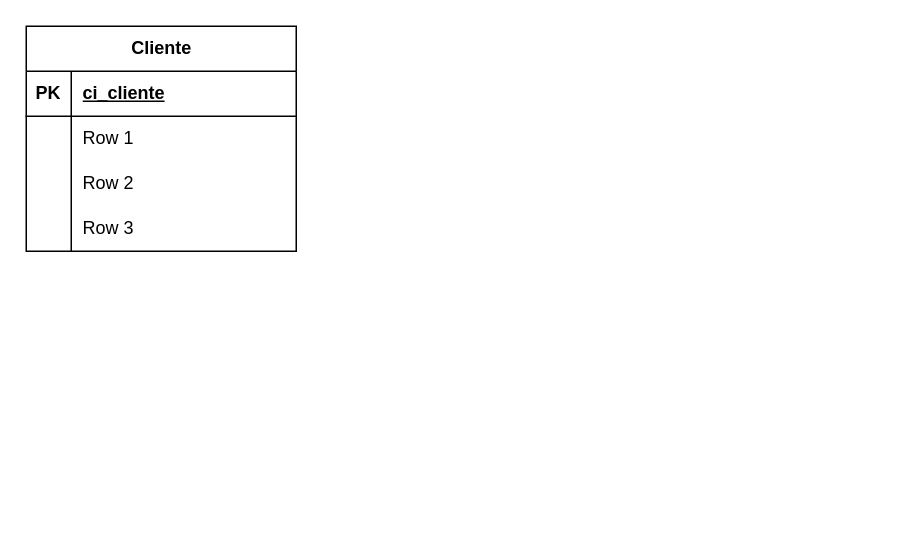
This is page "Página-1" (1 of 2) of automatizacion - ecommerce.drawio from AlbanyNVRodriguez/draw---diagrams, a draw.io file, before an edit. Source tidied: cells renumbered, new cells numbered last; positions are measured from the earlier drawing's top-left corner, leaving out a move shared by most shapes. Both pictures are drawn from the tidied source at 150%, with x=0, y=0 at pixel (26, 26).
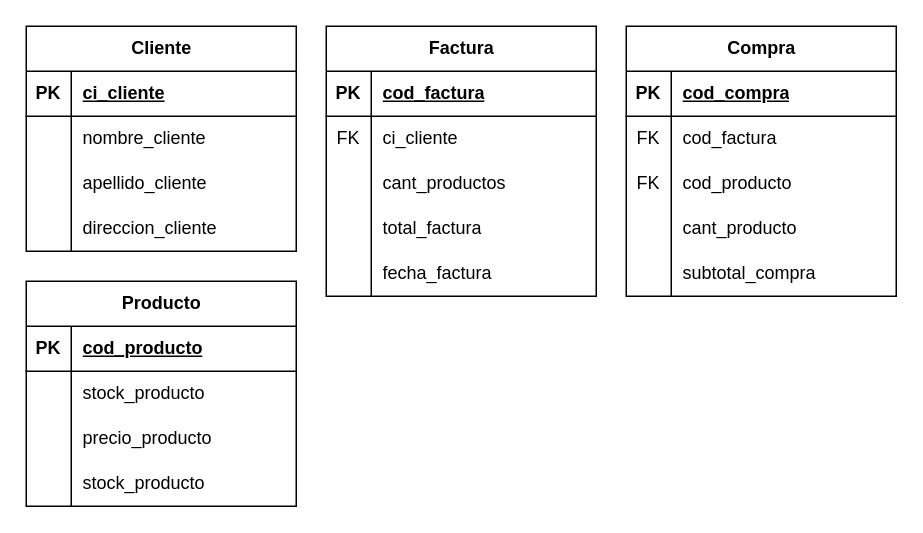
The same page after the edit.

Unchanged cells that the change refers to:
```xml
<mxCell id="2" value="Cliente" style="shape=table;startSize=30;childLayout=tableLayout;rowLines=0;fontStyle=1;align=center;html=1;" parent="1" vertex="1">
  <mxGeometry width="180" height="150" as="geometry" />
</mxCell>
<mxCell id="6" style="shape=tableRow;horizontal=0;startSize=0;swimlaneHead=0;swimlaneBody=0;fillColor=none;top=0;left=0;right=0;bottom=0;" parent="2" vertex="1">
  <mxGeometry y="60" width="180" height="30" as="geometry" />
</mxCell>
<mxCell id="9" style="shape=tableRow;horizontal=0;startSize=0;swimlaneHead=0;swimlaneBody=0;fillColor=none;top=0;left=0;right=0;bottom=0;" parent="2" vertex="1">
  <mxGeometry y="90" width="180" height="30" as="geometry" />
</mxCell>
```

The edit, as a diff of the source:
```diff
@@
-    <mxCell id="8" value="Row 1" style="shape=partialRectangle;fillColor=none;top=0;left=0;bottom=0;right=0;align=left;spacingLeft=6;overflow=hidden;whiteSpace=wrap;html=1;" parent="6" vertex="1">
+    <mxCell id="8" value="nombre_cliente" style="shape=partialRectangle;fillColor=none;top=0;left=0;bottom=0;right=0;align=left;spacingLeft=6;overflow=hidden;whiteSpace=wrap;html=1;" parent="6" vertex="1">
       <mxGeometry x="30" width="150" height="30" as="geometry" />
     </mxCell>
@@
-    <mxCell id="11" value="Row 2" style="shape=partialRectangle;fillColor=none;top=0;left=0;bottom=0;right=0;align=left;spacingLeft=6;overflow=hidden;whiteSpace=wrap;html=1;" parent="9" vertex="1">
+    <mxCell id="11" value="apellido_cliente" style="shape=partialRectangle;fillColor=none;top=0;left=0;bottom=0;right=0;align=left;spacingLeft=6;overflow=hidden;whiteSpace=wrap;html=1;" parent="9" vertex="1">
       <mxGeometry x="30" width="150" height="30" as="geometry" />
     </mxCell>
-    <mxCell id="12" style="shape=tableRow;horizontal=0;startSize=0;swimlaneHead=0;swimlaneBody=0;fillColor=none;top=0;left=0;right=0;bottom=0;" parent="2" vertex="1">
-      <mxGeometry y="120" width="180" height="30" as="geometry" />
-    </mxCell>
-    <mxCell id="13" style="shape=partialRectangle;fillColor=none;top=0;left=0;bottom=0;right=0;overflow=hidden;whiteSpace=wrap;html=1;" parent="12" vertex="1">
-      <mxGeometry width="30" height="30" as="geometry" />
-    </mxCell>
-    <mxCell id="14" value="Row 3" style="shape=partialRectangle;fillColor=none;top=0;left=0;bottom=0;right=0;align=left;spacingLeft=6;overflow=hidden;whiteSpace=wrap;html=1;" parent="12" vertex="1">
-      <mxGeometry x="30" width="150" height="30" as="geometry" />
-    </mxCell>
+    <mxCell id="15" style="shape=tableRow;horizontal=0;startSize=0;swimlaneHead=0;swimlaneBody=0;fillColor=none;top=0;left=0;right=0;bottom=0;" parent="2" vertex="1">
+      <mxGeometry y="120" width="180" height="30" as="geometry" />
+    </mxCell>
+    <mxCell id="16" style="shape=partialRectangle;fillColor=none;top=0;left=0;bottom=0;right=0;overflow=hidden;whiteSpace=wrap;html=1;" parent="15" vertex="1">
+      <mxGeometry width="30" height="30" as="geometry" />
+    </mxCell>
+    <mxCell id="17" value="direccion_cliente" style="shape=partialRectangle;fillColor=none;top=0;left=0;bottom=0;right=0;align=left;spacingLeft=6;overflow=hidden;whiteSpace=wrap;html=1;" parent="15" vertex="1">
+      <mxGeometry x="30" width="150" height="30" as="geometry" />
+    </mxCell>
+    <mxCell id="18" value="Compra" style="shape=table;startSize=30;childLayout=tableLayout;rowLines=0;fontStyle=1;align=center;html=1;" parent="1" vertex="1">
+      <mxGeometry x="400" width="180" height="180" as="geometry" />
+    </mxCell>
+    <mxCell id="19" style="shape=tableRow;horizontal=0;startSize=0;swimlaneHead=0;swimlaneBody=0;fillColor=none;top=0;left=0;right=0;bottom=1;" parent="18" vertex="1">
+      <mxGeometry y="30" width="180" height="30" as="geometry" />
+    </mxCell>
+    <mxCell id="20" value="PK" style="shape=partialRectangle;fillColor=none;top=0;left=0;bottom=0;right=0;fontStyle=1;overflow=hidden;whiteSpace=wrap;html=1;" parent="19" vertex="1">
+      <mxGeometry width="30" height="30" as="geometry" />
+    </mxCell>
+    <mxCell id="21" value="cod_compra" style="shape=partialRectangle;fillColor=none;top=0;left=0;bottom=0;right=0;align=left;spacingLeft=6;fontStyle=5;overflow=hidden;whiteSpace=wrap;html=1;" parent="19" vertex="1">
+      <mxGeometry x="30" width="150" height="30" as="geometry" />
+    </mxCell>
+    <mxCell id="22" style="shape=tableRow;horizontal=0;startSize=0;swimlaneHead=0;swimlaneBody=0;fillColor=none;top=0;left=0;right=0;bottom=0;" parent="18" vertex="1">
+      <mxGeometry y="60" width="180" height="30" as="geometry" />
+    </mxCell>
+    <mxCell id="23" value="FK" style="shape=partialRectangle;fillColor=none;top=0;left=0;bottom=0;right=0;overflow=hidden;whiteSpace=wrap;html=1;" parent="22" vertex="1">
+      <mxGeometry width="30" height="30" as="geometry" />
+    </mxCell>
+    <mxCell id="24" value="cod_factura" style="shape=partialRectangle;fillColor=none;top=0;left=0;bottom=0;right=0;align=left;spacingLeft=6;overflow=hidden;whiteSpace=wrap;html=1;fontStyle=0;" parent="22" vertex="1">
+      <mxGeometry x="30" width="150" height="30" as="geometry" />
+    </mxCell>
+    <mxCell id="25" style="shape=tableRow;horizontal=0;startSize=0;swimlaneHead=0;swimlaneBody=0;fillColor=none;top=0;left=0;right=0;bottom=0;" parent="18" vertex="1">
+      <mxGeometry y="90" width="180" height="30" as="geometry" />
+    </mxCell>
+    <mxCell id="26" value="FK" style="shape=partialRectangle;fillColor=none;top=0;left=0;bottom=0;right=0;overflow=hidden;whiteSpace=wrap;html=1;" parent="25" vertex="1">
+      <mxGeometry width="30" height="30" as="geometry" />
+    </mxCell>
+    <mxCell id="27" value="cod_producto" style="shape=partialRectangle;fillColor=none;top=0;left=0;bottom=0;right=0;align=left;spacingLeft=6;overflow=hidden;whiteSpace=wrap;html=1;fontStyle=0;" parent="25" vertex="1">
+      <mxGeometry x="30" width="150" height="30" as="geometry" />
+    </mxCell>
+    <mxCell id="28" style="shape=tableRow;horizontal=0;startSize=0;swimlaneHead=0;swimlaneBody=0;fillColor=none;top=0;left=0;right=0;bottom=0;" parent="18" vertex="1">
+      <mxGeometry y="120" width="180" height="30" as="geometry" />
+    </mxCell>
+    <mxCell id="29" style="shape=partialRectangle;fillColor=none;top=0;left=0;bottom=0;right=0;overflow=hidden;whiteSpace=wrap;html=1;" parent="28" vertex="1">
+      <mxGeometry width="30" height="30" as="geometry" />
+    </mxCell>
+    <mxCell id="30" value="cant_producto" style="shape=partialRectangle;fillColor=none;top=0;left=0;bottom=0;right=0;align=left;spacingLeft=6;overflow=hidden;whiteSpace=wrap;html=1;" parent="28" vertex="1">
+      <mxGeometry x="30" width="150" height="30" as="geometry" />
+    </mxCell>
+    <mxCell id="31" style="shape=tableRow;horizontal=0;startSize=0;swimlaneHead=0;swimlaneBody=0;fillColor=none;top=0;left=0;right=0;bottom=0;" parent="18" vertex="1">
+      <mxGeometry y="150" width="180" height="30" as="geometry" />
+    </mxCell>
+    <mxCell id="32" style="shape=partialRectangle;fillColor=none;top=0;left=0;bottom=0;right=0;overflow=hidden;whiteSpace=wrap;html=1;" parent="31" vertex="1">
+      <mxGeometry width="30" height="30" as="geometry" />
+    </mxCell>
+    <mxCell id="33" value="subtotal_compra" style="shape=partialRectangle;fillColor=none;top=0;left=0;bottom=0;right=0;align=left;spacingLeft=6;overflow=hidden;whiteSpace=wrap;html=1;" parent="31" vertex="1">
+      <mxGeometry x="30" width="150" height="30" as="geometry" />
+    </mxCell>
+    <mxCell id="34" value="Factura" style="shape=table;startSize=30;childLayout=tableLayout;rowLines=0;fontStyle=1;align=center;html=1;" parent="1" vertex="1">
+      <mxGeometry x="200" width="180" height="180" as="geometry" />
+    </mxCell>
+    <mxCell id="35" style="shape=tableRow;horizontal=0;startSize=0;swimlaneHead=0;swimlaneBody=0;fillColor=none;top=0;left=0;right=0;bottom=1;" parent="34" vertex="1">
+      <mxGeometry y="30" width="180" height="30" as="geometry" />
+    </mxCell>
+    <mxCell id="36" value="PK" style="shape=partialRectangle;fillColor=none;top=0;left=0;bottom=0;right=0;fontStyle=1;overflow=hidden;whiteSpace=wrap;html=1;" parent="35" vertex="1">
+      <mxGeometry width="30" height="30" as="geometry" />
+    </mxCell>
+    <mxCell id="37" value="cod_factura" style="shape=partialRectangle;fillColor=none;top=0;left=0;bottom=0;right=0;align=left;spacingLeft=6;fontStyle=5;overflow=hidden;whiteSpace=wrap;html=1;" parent="35" vertex="1">
+      <mxGeometry x="30" width="150" height="30" as="geometry" />
+    </mxCell>
+    <mxCell id="38" style="shape=tableRow;horizontal=0;startSize=0;swimlaneHead=0;swimlaneBody=0;fillColor=none;top=0;left=0;right=0;bottom=0;" parent="34" vertex="1">
+      <mxGeometry y="60" width="180" height="30" as="geometry" />
+    </mxCell>
+    <mxCell id="39" value="FK" style="shape=partialRectangle;fillColor=none;top=0;left=0;bottom=0;right=0;overflow=hidden;whiteSpace=wrap;html=1;" parent="38" vertex="1">
+      <mxGeometry width="30" height="30" as="geometry" />
+    </mxCell>
+    <mxCell id="40" value="ci_cliente" style="shape=partialRectangle;fillColor=none;top=0;left=0;bottom=0;right=0;align=left;spacingLeft=6;overflow=hidden;whiteSpace=wrap;html=1;" parent="38" vertex="1">
+      <mxGeometry x="30" width="150" height="30" as="geometry" />
+    </mxCell>
+    <mxCell id="41" style="shape=tableRow;horizontal=0;startSize=0;swimlaneHead=0;swimlaneBody=0;fillColor=none;top=0;left=0;right=0;bottom=0;" parent="34" vertex="1">
+      <mxGeometry y="90" width="180" height="30" as="geometry" />
+    </mxCell>
+    <mxCell id="42" style="shape=partialRectangle;fillColor=none;top=0;left=0;bottom=0;right=0;overflow=hidden;whiteSpace=wrap;html=1;" parent="41" vertex="1">
+      <mxGeometry width="30" height="30" as="geometry" />
+    </mxCell>
+    <mxCell id="43" value="cant_productos" style="shape=partialRectangle;fillColor=none;top=0;left=0;bottom=0;right=0;align=left;spacingLeft=6;overflow=hidden;whiteSpace=wrap;html=1;" parent="41" vertex="1">
+      <mxGeometry x="30" width="150" height="30" as="geometry" />
+    </mxCell>
+    <mxCell id="44" style="shape=tableRow;horizontal=0;startSize=0;swimlaneHead=0;swimlaneBody=0;fillColor=none;top=0;left=0;right=0;bottom=0;" parent="34" vertex="1">
+      <mxGeometry y="120" width="180" height="30" as="geometry" />
+    </mxCell>
+    <mxCell id="45" style="shape=partialRectangle;fillColor=none;top=0;left=0;bottom=0;right=0;overflow=hidden;whiteSpace=wrap;html=1;" parent="44" vertex="1">
+      <mxGeometry width="30" height="30" as="geometry" />
+    </mxCell>
+    <mxCell id="46" value="total_factura" style="shape=partialRectangle;fillColor=none;top=0;left=0;bottom=0;right=0;align=left;spacingLeft=6;overflow=hidden;whiteSpace=wrap;html=1;" parent="44" vertex="1">
+      <mxGeometry x="30" width="150" height="30" as="geometry" />
+    </mxCell>
+    <mxCell id="47" style="shape=tableRow;horizontal=0;startSize=0;swimlaneHead=0;swimlaneBody=0;fillColor=none;top=0;left=0;right=0;bottom=0;" parent="34" vertex="1">
+      <mxGeometry y="150" width="180" height="30" as="geometry" />
+    </mxCell>
+    <mxCell id="48" style="shape=partialRectangle;fillColor=none;top=0;left=0;bottom=0;right=0;overflow=hidden;whiteSpace=wrap;html=1;" parent="47" vertex="1">
+      <mxGeometry width="30" height="30" as="geometry" />
+    </mxCell>
+    <mxCell id="49" value="fecha_factura" style="shape=partialRectangle;fillColor=none;top=0;left=0;bottom=0;right=0;align=left;spacingLeft=6;overflow=hidden;whiteSpace=wrap;html=1;" parent="47" vertex="1">
+      <mxGeometry x="30" width="150" height="30" as="geometry" />
+    </mxCell>
+    <mxCell id="50" value="Producto" style="shape=table;startSize=30;childLayout=tableLayout;rowLines=0;fontStyle=1;align=center;html=1;" parent="1" vertex="1">
+      <mxGeometry y="170" width="180" height="150" as="geometry" />
+    </mxCell>
+    <mxCell id="51" style="shape=tableRow;horizontal=0;startSize=0;swimlaneHead=0;swimlaneBody=0;fillColor=none;top=0;left=0;right=0;bottom=1;" parent="50" vertex="1">
+      <mxGeometry y="30" width="180" height="30" as="geometry" />
+    </mxCell>
+    <mxCell id="52" value="PK" style="shape=partialRectangle;fillColor=none;top=0;left=0;bottom=0;right=0;fontStyle=1;overflow=hidden;whiteSpace=wrap;html=1;" parent="51" vertex="1">
+      <mxGeometry width="30" height="30" as="geometry" />
+    </mxCell>
+    <mxCell id="53" value="cod_producto" style="shape=partialRectangle;fillColor=none;top=0;left=0;bottom=0;right=0;align=left;spacingLeft=6;fontStyle=5;overflow=hidden;whiteSpace=wrap;html=1;" parent="51" vertex="1">
+      <mxGeometry x="30" width="150" height="30" as="geometry" />
+    </mxCell>
+    <mxCell id="54" style="shape=tableRow;horizontal=0;startSize=0;swimlaneHead=0;swimlaneBody=0;fillColor=none;top=0;left=0;right=0;bottom=0;" parent="50" vertex="1">
+      <mxGeometry y="60" width="180" height="30" as="geometry" />
+    </mxCell>
+    <mxCell id="55" style="shape=partialRectangle;fillColor=none;top=0;left=0;bottom=0;right=0;overflow=hidden;whiteSpace=wrap;html=1;" parent="54" vertex="1">
+      <mxGeometry width="30" height="30" as="geometry" />
+    </mxCell>
+    <mxCell id="56" value="stock_producto" style="shape=partialRectangle;fillColor=none;top=0;left=0;bottom=0;right=0;align=left;spacingLeft=6;overflow=hidden;whiteSpace=wrap;html=1;fontStyle=0;" parent="54" vertex="1">
+      <mxGeometry x="30" width="150" height="30" as="geometry" />
+    </mxCell>
+    <mxCell id="57" style="shape=tableRow;horizontal=0;startSize=0;swimlaneHead=0;swimlaneBody=0;fillColor=none;top=0;left=0;right=0;bottom=0;" parent="50" vertex="1">
+      <mxGeometry y="90" width="180" height="30" as="geometry" />
+    </mxCell>
+    <mxCell id="58" style="shape=partialRectangle;fillColor=none;top=0;left=0;bottom=0;right=0;overflow=hidden;whiteSpace=wrap;html=1;" parent="57" vertex="1">
+      <mxGeometry width="30" height="30" as="geometry" />
+    </mxCell>
+    <mxCell id="59" value="precio_producto" style="shape=partialRectangle;fillColor=none;top=0;left=0;bottom=0;right=0;align=left;spacingLeft=6;overflow=hidden;whiteSpace=wrap;html=1;fontStyle=0;" parent="57" vertex="1">
+      <mxGeometry x="30" width="150" height="30" as="geometry" />
+    </mxCell>
+    <mxCell id="60" style="shape=tableRow;horizontal=0;startSize=0;swimlaneHead=0;swimlaneBody=0;fillColor=none;top=0;left=0;right=0;bottom=0;" parent="50" vertex="1">
+      <mxGeometry y="120" width="180" height="30" as="geometry" />
+    </mxCell>
+    <mxCell id="61" style="shape=partialRectangle;fillColor=none;top=0;left=0;bottom=0;right=0;overflow=hidden;whiteSpace=wrap;html=1;" parent="60" vertex="1">
+      <mxGeometry width="30" height="30" as="geometry" />
+    </mxCell>
+    <mxCell id="62" value="stock_producto" style="shape=partialRectangle;fillColor=none;top=0;left=0;bottom=0;right=0;align=left;spacingLeft=6;overflow=hidden;whiteSpace=wrap;html=1;" parent="60" vertex="1">
+      <mxGeometry x="30" width="150" height="30" as="geometry" />
+    </mxCell>
```
